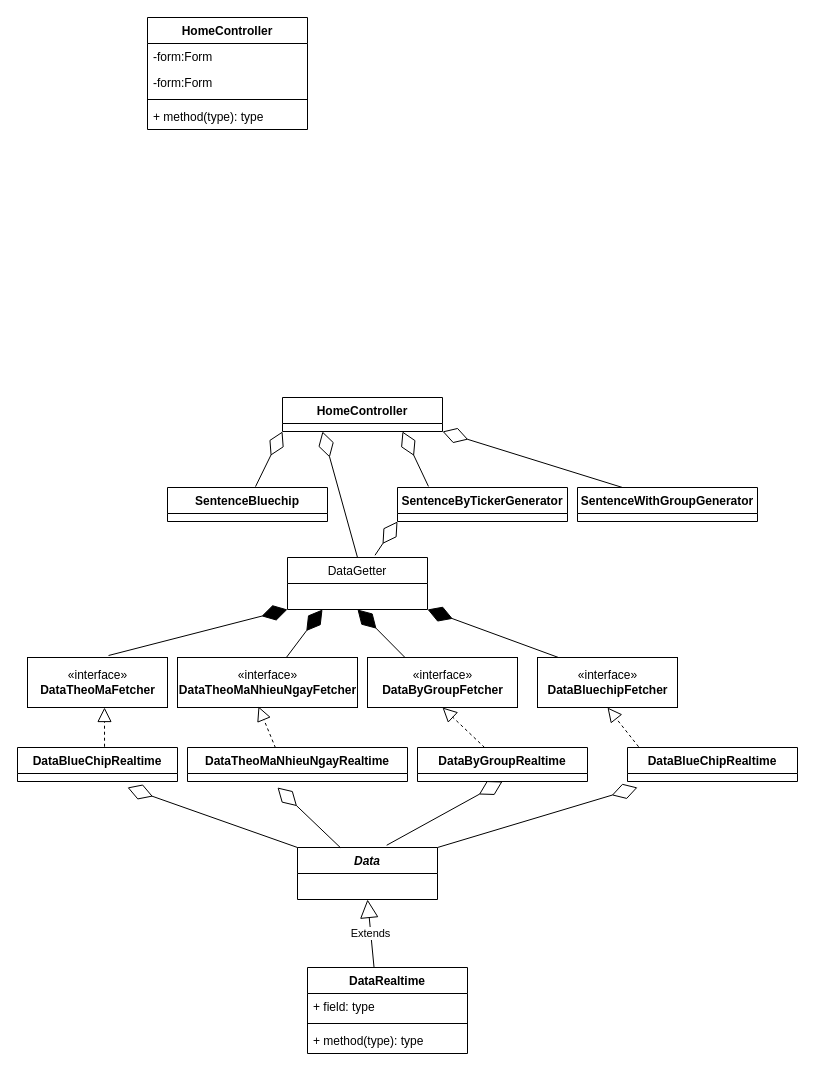
hoangminh15/OOP keeps this draw.io diagram as Diagram/OverviewClassDiagram.drawio. Above is the earlier version. Source tidied: cells renumbered, new cells numbered last; positions are measured from the earlier drawing's top-left corner, leaving out a move shared by most shapes. Both pictures are drawn from the tidied source at 100%, with x=0, y=0 at pixel (17, 17).
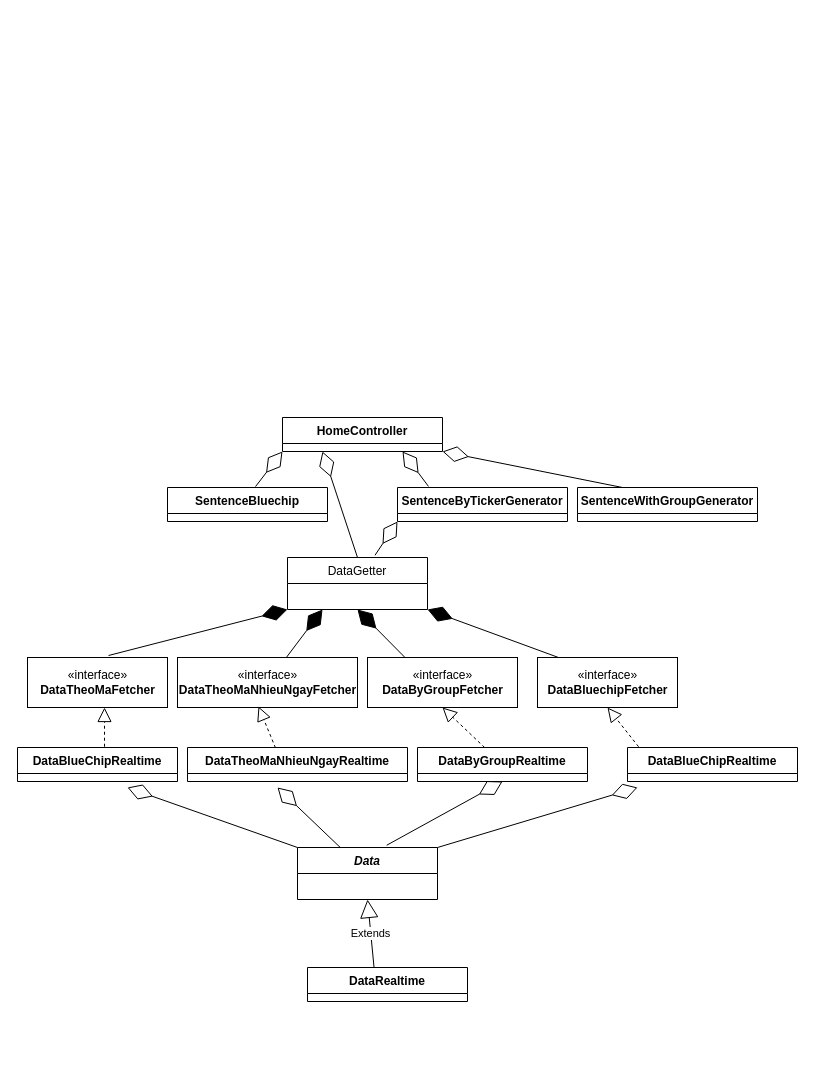
The same page after the edit.

Change to the diagram source:
```diff
@@
     <mxCell id="19" value="HomeController" style="swimlane;fontStyle=1;align=center;verticalAlign=top;horizontal=1;startSize=26;" parent="1" vertex="1">
-      <mxGeometry x="265" y="380" width="160" height="34" as="geometry" />
+      <mxGeometry x="265" y="400" width="160" height="34" as="geometry" />
     </mxCell>
@@
     <mxCell id="21" value="DataRealtime" style="swimlane;fontStyle=1;align=center;verticalAlign=top;horizontal=1;startSize=26;" parent="1" vertex="1">
-      <mxGeometry x="290" y="950" width="160" height="86" as="geometry" />
+      <mxGeometry x="290" y="950" width="160" height="34" as="geometry" />
     </mxCell>
-    <mxCell id="22" value="+ field: type" style="text;strokeColor=none;fillColor=none;align=left;verticalAlign=top;spacingLeft=4;spacingRight=4;overflow=hidden;" parent="21" vertex="1">
-      <mxGeometry y="26" width="160" height="26" as="geometry" />
-    </mxCell>
-    <mxCell id="23" style="line;strokeWidth=1;fillColor=none;align=left;verticalAlign=middle;spacingTop=-1;spacingLeft=3;spacingRight=3;labelPosition=right;" parent="21" vertex="1">
-      <mxGeometry y="52" width="160" height="8" as="geometry" />
-    </mxCell>
-    <mxCell id="24" value="+ method(type): type" style="text;strokeColor=none;fillColor=none;align=left;verticalAlign=top;spacingLeft=4;spacingRight=4;overflow=hidden;" parent="21" vertex="1">
-      <mxGeometry y="60" width="160" height="26" as="geometry" />
-    </mxCell>
@@
-    <mxCell id="38" value="HomeController" style="swimlane;fontStyle=1;align=center;verticalAlign=top;horizontal=1;startSize=26;" parent="1" vertex="1">
-      <mxGeometry x="130" width="160" height="112" as="geometry" />
-    </mxCell>
-    <mxCell id="39" value="-form:Form" style="text;strokeColor=none;fillColor=none;align=left;verticalAlign=top;spacingLeft=4;spacingRight=4;overflow=hidden;" parent="38" vertex="1">
-      <mxGeometry y="26" width="160" height="26" as="geometry" />
-    </mxCell>
-    <mxCell id="40" value="-form:Form" style="text;strokeColor=none;fillColor=none;align=left;verticalAlign=top;spacingLeft=4;spacingRight=4;overflow=hidden;" parent="38" vertex="1">
-      <mxGeometry y="52" width="160" height="26" as="geometry" />
-    </mxCell>
-    <mxCell id="41" style="line;strokeWidth=1;fillColor=none;align=left;verticalAlign=middle;spacingTop=-1;spacingLeft=3;spacingRight=3;labelPosition=right;" parent="38" vertex="1">
-      <mxGeometry y="78" width="160" height="8" as="geometry" />
-    </mxCell>
-    <mxCell id="42" value="+ method(type): type" style="text;strokeColor=none;fillColor=none;align=left;verticalAlign=top;spacingLeft=4;spacingRight=4;overflow=hidden;" parent="38" vertex="1">
-      <mxGeometry y="86" width="160" height="26" as="geometry" />
-    </mxCell>
```
